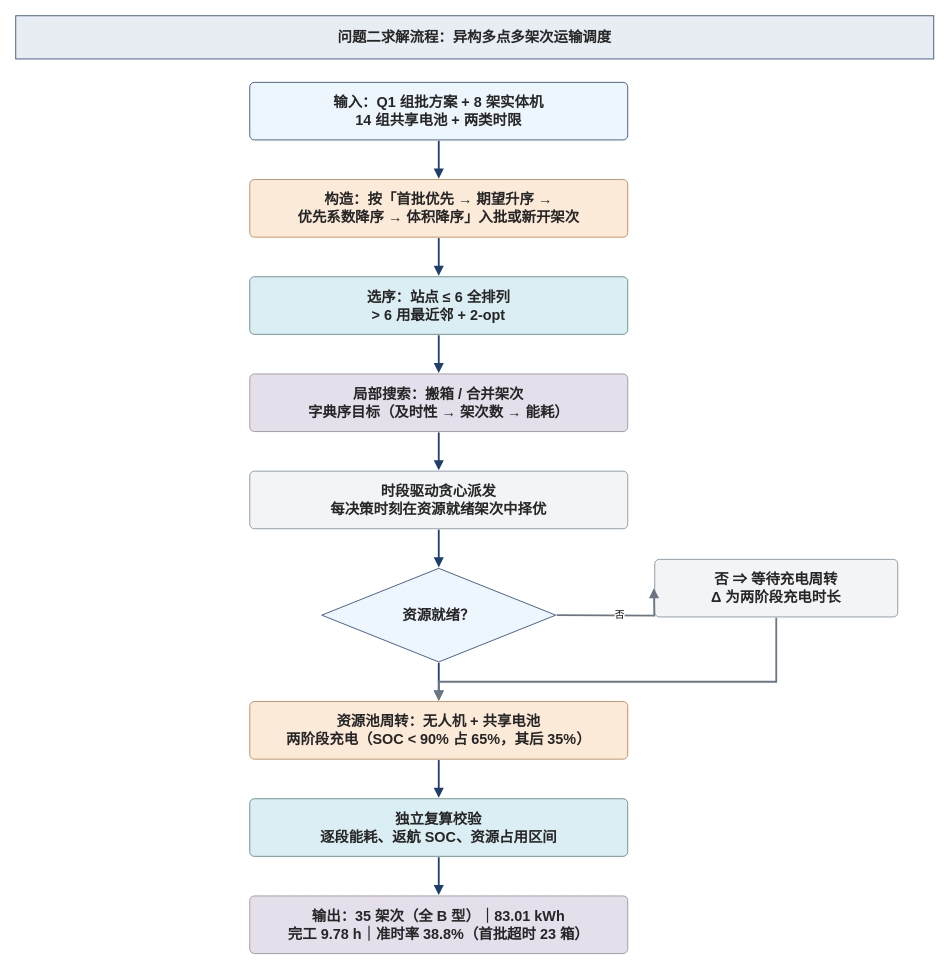
Before: otheragent/diagrams/f02_flow.drawio in starfruitsz/MathAgent, a draw.io diagram. Source tidied: cells renumbered, new cells numbered last; positions are measured from the earlier drawing's top-left corner, leaving out a move shared by most shapes. Both pictures are drawn from the tidied source at 90%, with x=0, y=0 at pixel (15, 15).
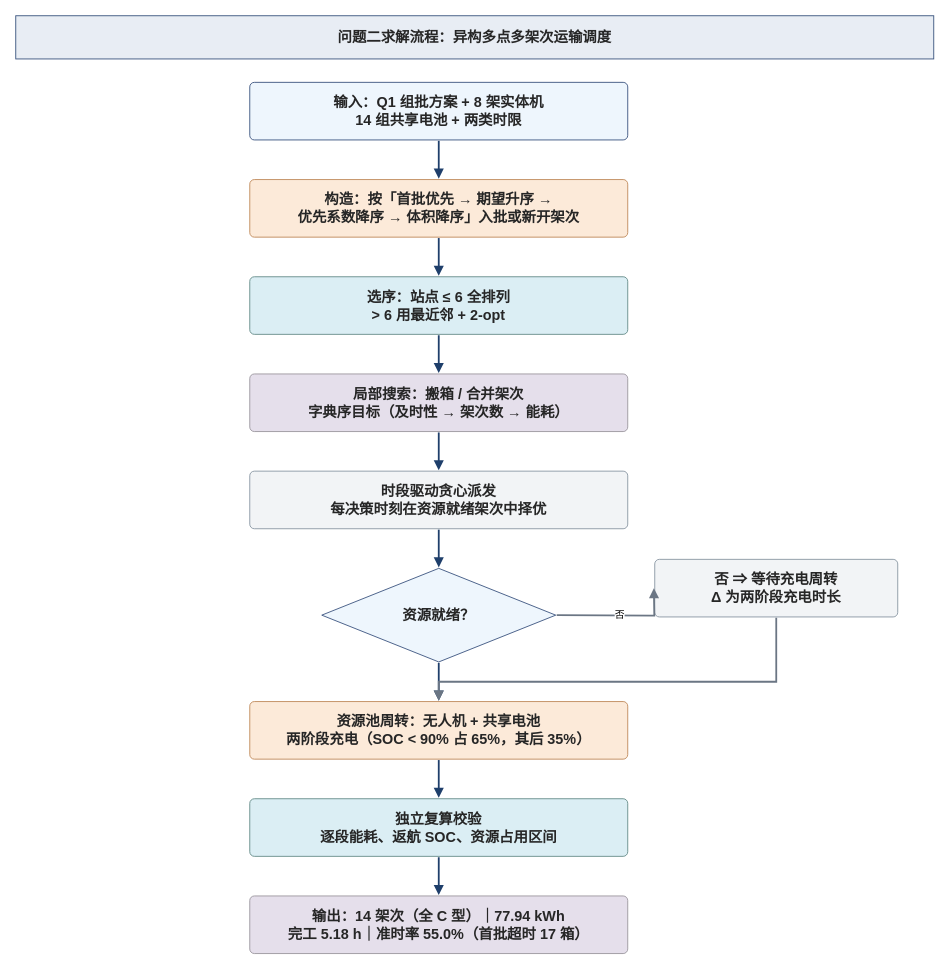
The same diagram, later.

The edit, as a diff of the source:
```diff
@@
-    <mxCell id="21" value="输出：35 架次（全 B 型）｜83.01 kWh&lt;br&gt;完工 9.78 h｜准时率 38.8%（首批超时 23 箱）" style="rounded=1;arcSize=8;whiteSpace=wrap;html=1;fillColor=#e5dfeb;strokeColor=#9b979f;strokeWidth=1;fontSize=16;fontStyle=1;fontColor=#262626;fontFamily=Microsoft YaHei,PingFang SC,Helvetica;align=center;verticalAlign=middle;" parent="1" vertex="1">
+    <mxCell id="21" value="输出：14 架次（全 C 型）｜77.94 kWh&lt;br&gt;完工 5.18 h｜准时率 55.0%（首批超时 17 箱）" style="rounded=1;arcSize=8;whiteSpace=wrap;html=1;fillColor=#e5dfeb;strokeColor=#9b979f;strokeWidth=1;fontSize=16;fontStyle=1;fontColor=#262626;fontFamily=Microsoft YaHei,PingFang SC,Helvetica;align=center;verticalAlign=middle;" parent="1" vertex="1">
       <mxGeometry x="260" y="978" width="420" height="64" as="geometry" />
     </mxCell>
```
